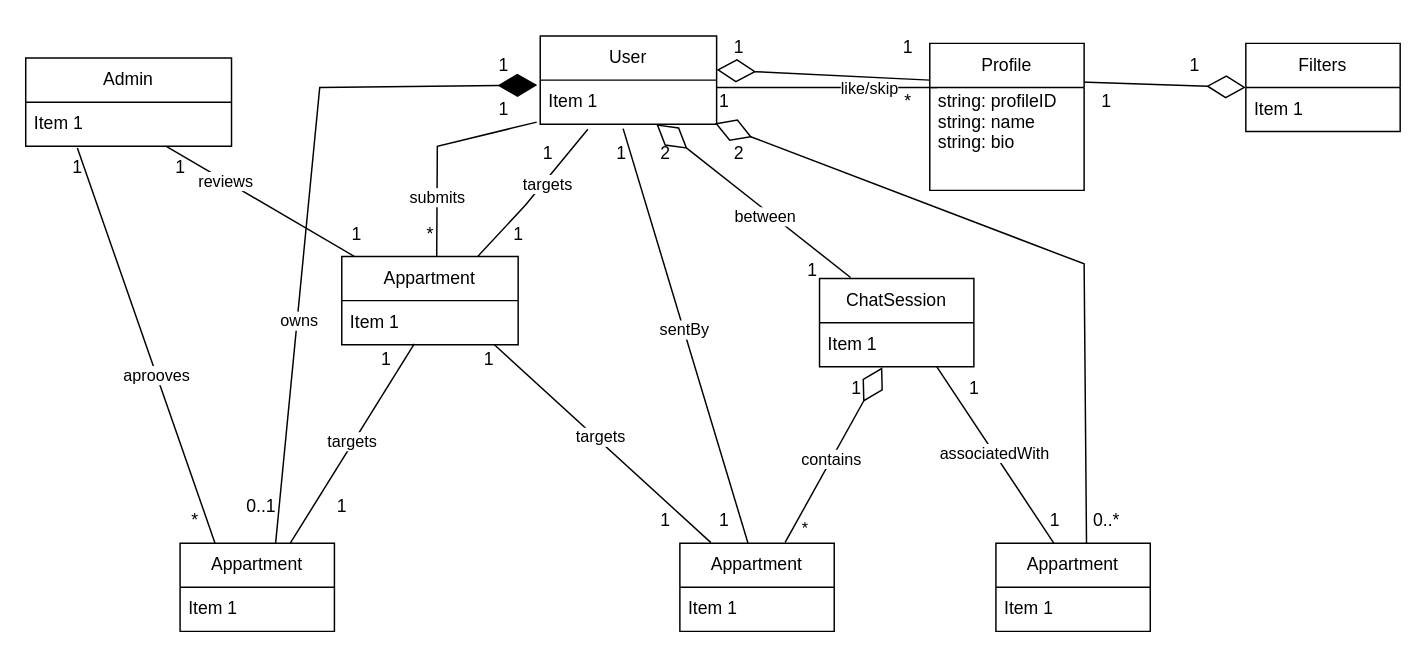
Earlier version of the draw.io diagram Domain Model v0.1/domain_model_v0.1.drawio (chrisgalanis/software_tech_ceid). Source tidied: cells renumbered, new cells numbered last; positions are measured from the earlier drawing's top-left corner, leaving out a move shared by most shapes. Both pictures are drawn from the tidied source at 147%, with x=0, y=0 at pixel (25, 25).
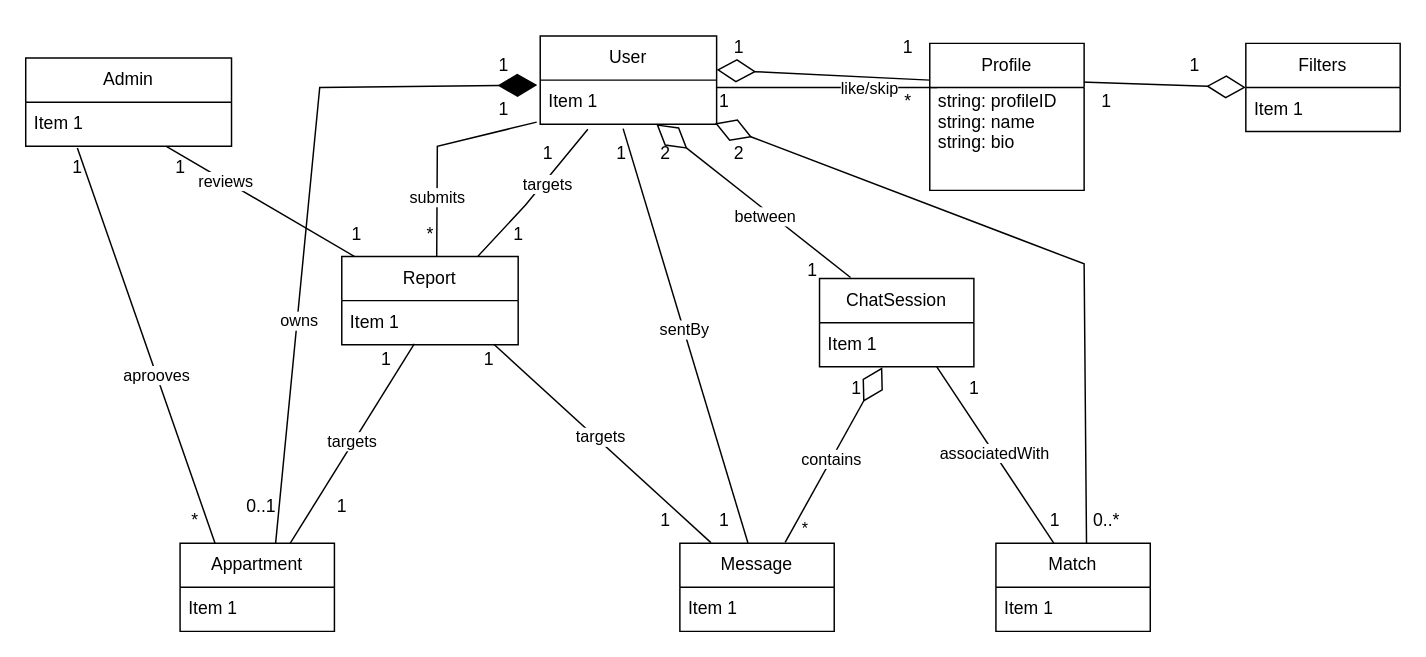
The same diagram, later.

The edit, as a diff of the source:
```diff
@@
-    <mxCell id="69" value="Appartment" style="swimlane;fontStyle=0;horizontal=1;startSize=30;whiteSpace=wrap;html=1;" parent="1" vertex="1">
+    <mxCell id="69" value="Message" style="swimlane;fontStyle=0;horizontal=1;startSize=30;whiteSpace=wrap;html=1;" parent="1" vertex="1">
       <mxGeometry x="445" y="352" width="105" height="60" as="geometry" />
     </mxCell>
@@
-    <mxCell id="71" value="Appartment" style="swimlane;fontStyle=0;horizontal=1;startSize=30;whiteSpace=wrap;html=1;" parent="1" vertex="1">
+    <mxCell id="71" value="Match" style="swimlane;fontStyle=0;horizontal=1;startSize=30;whiteSpace=wrap;html=1;" parent="1" vertex="1">
       <mxGeometry x="660" y="352" width="105" height="60" as="geometry" />
     </mxCell>
@@
-    <mxCell id="75" value="Appartment" style="swimlane;fontStyle=0;horizontal=1;startSize=30;whiteSpace=wrap;html=1;" parent="1" vertex="1">
+    <mxCell id="75" value="Report" style="swimlane;fontStyle=0;horizontal=1;startSize=30;whiteSpace=wrap;html=1;" parent="1" vertex="1">
       <mxGeometry x="215" y="157" width="120" height="60" as="geometry" />
     </mxCell>
```
